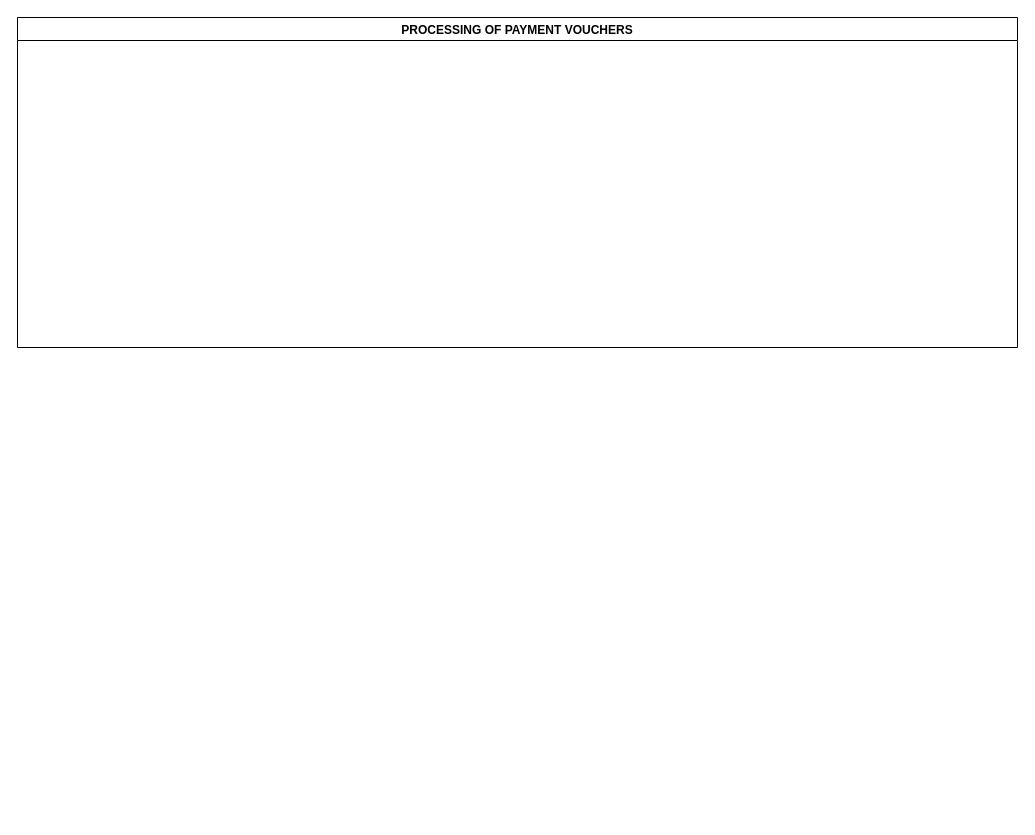
Earlier version of the draw.io diagram TPF - fin - PROCESSING OF PAYMENT VOUCHERS.drawio (kmagua/flowcharts). Source tidied: cells renumbered, new cells numbered last; positions are measured from the earlier drawing's top-left corner, leaving out a move shared by most shapes. Both pictures are drawn from the tidied source at 100%, with x=0, y=0 at pixel (17, 17).
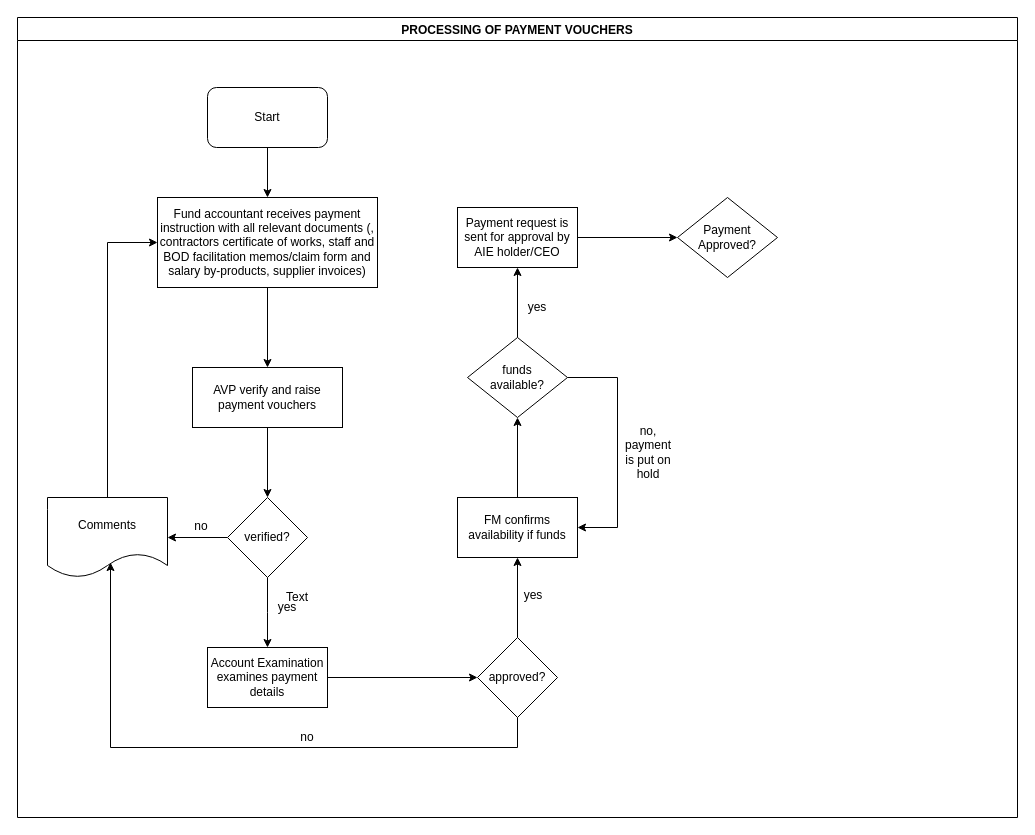
The same page after the edit.

Change to the diagram source:
```diff
@@
     <mxCell id="2" value="PROCESSING OF PAYMENT VOUCHERS" style="swimlane;" parent="1" vertex="1">
-      <mxGeometry width="1000" height="330" as="geometry" />
+      <mxGeometry width="1000" height="800" as="geometry" />
     </mxCell>
+    <mxCell id="3" value="Start" style="rounded=1;whiteSpace=wrap;html=1;" parent="2" vertex="1">
+      <mxGeometry x="190" y="70" width="120" height="60" as="geometry" />
+    </mxCell>
+    <mxCell id="4" value="Fund accountant receives payment instruction with all relevant documents (, contractors certificate of works, staff and BOD facilitation memos/claim form and salary by-products, supplier invoices)" style="rounded=0;whiteSpace=wrap;html=1;" parent="2" vertex="1">
+      <mxGeometry x="140" y="180" width="220" height="90" as="geometry" />
+    </mxCell>
+    <mxCell id="5" style="edgeStyle=orthogonalEdgeStyle;rounded=0;jettySize=auto;html=1;entryX=0.5;entryY=0;entryDx=0;entryDy=0;" parent="2" edge="1" source="3" target="4">
+      <mxGeometry relative="1" as="geometry" />
+    </mxCell>
+    <mxCell id="6" value="AVP verify and raise payment vouchers" style="rounded=0;whiteSpace=wrap;html=1;" parent="2" vertex="1">
+      <mxGeometry x="175" y="350" width="150" height="60" as="geometry" />
+    </mxCell>
+    <mxCell id="7" style="edgeStyle=orthogonalEdgeStyle;rounded=0;jettySize=auto;html=1;" parent="2" edge="1" source="4" target="6">
+      <mxGeometry relative="1" as="geometry" />
+    </mxCell>
+    <mxCell id="8" value="Account Examination examines payment details" style="rounded=0;whiteSpace=wrap;html=1;" parent="2" vertex="1">
+      <mxGeometry x="190" y="630" width="120" height="60" as="geometry" />
+    </mxCell>
+    <mxCell id="9" value="approved?" style="rhombus;whiteSpace=wrap;html=1;rounded=0;" parent="2" vertex="1">
+      <mxGeometry x="460" y="620" width="80" height="80" as="geometry" />
+    </mxCell>
+    <mxCell id="10" style="edgeStyle=orthogonalEdgeStyle;rounded=0;jettySize=auto;html=1;" parent="2" edge="1" source="8" target="9">
+      <mxGeometry relative="1" as="geometry" />
+    </mxCell>
+    <mxCell id="11" value="FM confirms availability if funds" style="whiteSpace=wrap;html=1;rounded=0;" parent="2" vertex="1">
+      <mxGeometry x="440" y="480" width="120" height="60" as="geometry" />
+    </mxCell>
+    <mxCell id="12" style="edgeStyle=orthogonalEdgeStyle;rounded=0;jettySize=auto;html=1;" parent="2" edge="1" source="9" target="11">
+      <mxGeometry relative="1" as="geometry" />
+    </mxCell>
+    <mxCell id="13" value="yes" style="text;html=1;strokeColor=none;fillColor=none;align=center;verticalAlign=middle;whiteSpace=wrap;rounded=0;" parent="2" vertex="1">
+      <mxGeometry x="496" y="568" width="40" height="20" as="geometry" />
+    </mxCell>
+    <mxCell id="14" value="&lt;div&gt;funds &lt;br&gt;&lt;/div&gt;&lt;div&gt;available?&lt;/div&gt;" style="rhombus;whiteSpace=wrap;html=1;rounded=0;" parent="2" vertex="1">
+      <mxGeometry x="450" y="320" width="100" height="80" as="geometry" />
+    </mxCell>
+    <mxCell id="15" style="edgeStyle=orthogonalEdgeStyle;rounded=0;jettySize=auto;html=1;" parent="2" edge="1" source="11" target="14">
+      <mxGeometry relative="1" as="geometry" />
+    </mxCell>
+    <mxCell id="16" value="Payment request is sent for approval by AIE holder/CEO" style="whiteSpace=wrap;html=1;rounded=0;" parent="2" vertex="1">
+      <mxGeometry x="440" y="190" width="120" height="60" as="geometry" />
+    </mxCell>
+    <mxCell id="17" style="edgeStyle=orthogonalEdgeStyle;rounded=0;jettySize=auto;html=1;" parent="2" edge="1" source="14" target="16">
+      <mxGeometry relative="1" as="geometry" />
+    </mxCell>
+    <mxCell id="18" style="edgeStyle=orthogonalEdgeStyle;rounded=0;jettySize=auto;html=1;entryX=1;entryY=0.5;entryDx=0;entryDy=0;" parent="2" edge="1" source="14" target="11">
+      <mxGeometry relative="1" as="geometry">
+        <Array as="points">
+          <mxPoint x="600" y="360" />
+          <mxPoint x="600" y="510" />
+        </Array>
+      </mxGeometry>
+    </mxCell>
+    <mxCell id="19" value="no, payment is put on hold" style="text;html=1;strokeColor=none;fillColor=none;align=center;verticalAlign=middle;whiteSpace=wrap;rounded=0;" parent="2" vertex="1">
+      <mxGeometry x="601" y="400" width="60" height="70" as="geometry" />
+    </mxCell>
+    <mxCell id="20" style="edgeStyle=orthogonalEdgeStyle;rounded=0;jettySize=auto;html=1;" parent="1" edge="1" source="22">
+      <mxGeometry relative="1" as="geometry">
+        <mxPoint x="250" y="630" as="targetPoint" />
+      </mxGeometry>
+    </mxCell>
+    <mxCell id="21" style="edgeStyle=orthogonalEdgeStyle;rounded=0;jettySize=auto;html=1;" parent="1" edge="1" source="22" target="26">
+      <mxGeometry relative="1" as="geometry" />
+    </mxCell>
+    <mxCell id="22" value="verified?" style="rhombus;whiteSpace=wrap;html=1;rounded=0;" parent="1" vertex="1">
+      <mxGeometry x="210" y="480" width="80" height="80" as="geometry" />
+    </mxCell>
+    <mxCell id="23" style="edgeStyle=orthogonalEdgeStyle;rounded=0;jettySize=auto;html=1;" parent="1" edge="1" source="6" target="22">
+      <mxGeometry relative="1" as="geometry" />
+    </mxCell>
+    <mxCell id="24" value="yes" style="text;html=1;strokeColor=none;fillColor=none;align=center;verticalAlign=middle;whiteSpace=wrap;rounded=0;" parent="1" vertex="1">
+      <mxGeometry x="250" y="580" width="40" height="20" as="geometry" />
+    </mxCell>
+    <mxCell id="25" style="edgeStyle=orthogonalEdgeStyle;rounded=0;jettySize=auto;html=1;entryX=0;entryY=0.5;entryDx=0;entryDy=0;" parent="1" edge="1" source="26" target="4">
+      <mxGeometry relative="1" as="geometry" />
+    </mxCell>
+    <mxCell id="26" value="Comments" style="shape=document;whiteSpace=wrap;html=1;boundedLbl=1;rounded=0;" parent="1" vertex="1">
+      <mxGeometry x="30" y="480" width="120" height="80" as="geometry" />
+    </mxCell>
+    <mxCell id="27" value="no" style="text;html=1;strokeColor=none;fillColor=none;align=center;verticalAlign=middle;whiteSpace=wrap;rounded=0;" parent="1" vertex="1">
+      <mxGeometry x="164" y="499" width="40" height="20" as="geometry" />
+    </mxCell>
+    <mxCell id="28" style="edgeStyle=orthogonalEdgeStyle;rounded=0;jettySize=auto;html=1;entryX=0.525;entryY=0.813;entryDx=0;entryDy=0;entryPerimeter=0;" parent="1" edge="1" source="9" target="26">
+      <mxGeometry relative="1" as="geometry">
+        <Array as="points">
+          <mxPoint x="500" y="730" />
+          <mxPoint x="93" y="730" />
+        </Array>
+      </mxGeometry>
+    </mxCell>
+    <mxCell id="29" value="no" style="text;html=1;strokeColor=none;fillColor=none;align=center;verticalAlign=middle;whiteSpace=wrap;rounded=0;" parent="1" vertex="1">
+      <mxGeometry x="270" y="710" width="40" height="20" as="geometry" />
+    </mxCell>
+    <mxCell id="30" value="yes" style="text;html=1;strokeColor=none;fillColor=none;align=center;verticalAlign=middle;whiteSpace=wrap;rounded=0;" parent="1" vertex="1">
+      <mxGeometry x="500" y="280" width="40" height="20" as="geometry" />
+    </mxCell>
+    <mxCell id="31" value="Payment Approved?" style="rhombus;whiteSpace=wrap;html=1;rounded=0;" parent="1" vertex="1">
+      <mxGeometry x="660" y="180" width="100" height="80" as="geometry" />
+    </mxCell>
+    <mxCell id="32" style="edgeStyle=orthogonalEdgeStyle;rounded=0;jettySize=auto;html=1;" parent="1" edge="1" source="16" target="31">
+      <mxGeometry relative="1" as="geometry" />
+    </mxCell>
+    <mxCell id="33" value="Text" style="text;html=1;strokeColor=none;fillColor=none;align=center;verticalAlign=middle;whiteSpace=wrap;rounded=0;" parent="1" vertex="1">
+      <mxGeometry x="260" y="570" width="40" height="20" as="geometry" />
+    </mxCell>
```
